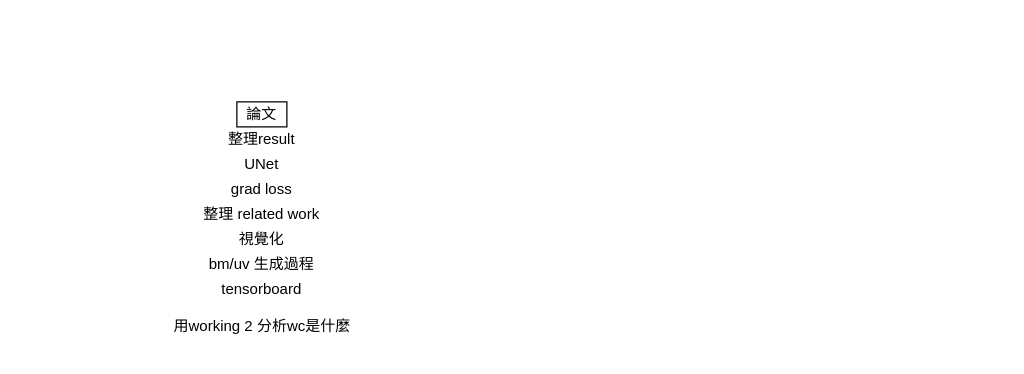
Above: 要做的事情.drawio in KongBOy/kong_model2 (draw.io), before the change. Source tidied: cells renumbered, new cells numbered last; positions are measured from the earlier drawing's top-left corner, leaving out a move shared by most shapes. Both pictures are drawn from the tidied source at 125%, with x=0, y=0 at pixel (171, 101).
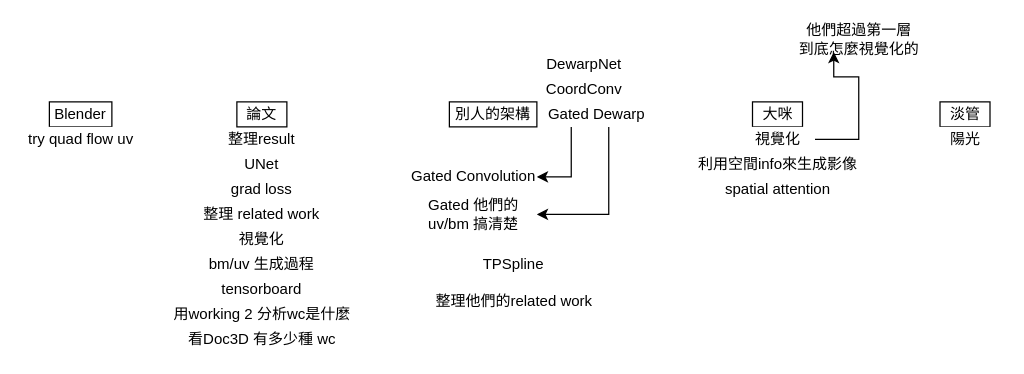
The same page after the edit.

Commit message:
Update 要做的事情.drawio

What changed in the source:
```diff
@@
     <mxCell id="10" value="用working 2 分析wc是什麼" style="rounded=0;whiteSpace=wrap;html=1;shadow=0;strokeWidth=1;strokeColor=none;" parent="1" vertex="1">
-      <mxGeometry x="-0.5" y="170" width="145" height="20" as="geometry" />
+      <mxGeometry x="-0.5" y="160" width="145" height="20" as="geometry" />
     </mxCell>
+    <mxCell id="11" value="看Doc3D 有多少種 wc" style="rounded=0;whiteSpace=wrap;html=1;shadow=0;strokeWidth=1;strokeColor=none;" parent="1" vertex="1">
+      <mxGeometry x="-0.5" y="180" width="145" height="20" as="geometry" />
+    </mxCell>
+    <mxCell id="12" value="大咪" style="rounded=0;whiteSpace=wrap;html=1;" parent="1" vertex="1">
+      <mxGeometry x="464.5" width="40" height="20" as="geometry" />
+    </mxCell>
+    <mxCell id="13" style="edgeStyle=orthogonalEdgeStyle;rounded=0;jettySize=auto;html=1;" parent="1" edge="1" source="14" target="28">
+      <mxGeometry relative="1" as="geometry">
+        <Array as="points">
+          <mxPoint x="549.5" y="30" />
+          <mxPoint x="549.5" y="-20" />
+          <mxPoint x="529.5" y="-20" />
+        </Array>
+      </mxGeometry>
+    </mxCell>
+    <mxCell id="14" value="視覺化" style="rounded=0;whiteSpace=wrap;html=1;shadow=0;strokeWidth=1;strokeColor=none;" parent="1" vertex="1">
+      <mxGeometry x="454.5" y="20" width="60" height="20" as="geometry" />
+    </mxCell>
+    <mxCell id="15" value="利用空間info來生成影像" style="rounded=0;whiteSpace=wrap;html=1;shadow=0;strokeWidth=1;strokeColor=none;" parent="1" vertex="1">
+      <mxGeometry x="419.5" y="40" width="130" height="20" as="geometry" />
+    </mxCell>
+    <mxCell id="16" value="spatial attention" style="rounded=0;whiteSpace=wrap;html=1;shadow=0;strokeWidth=1;strokeColor=none;" parent="1" vertex="1">
+      <mxGeometry x="419.5" y="60" width="130" height="20" as="geometry" />
+    </mxCell>
+    <mxCell id="17" value="淡管" style="rounded=0;whiteSpace=wrap;html=1;" parent="1" vertex="1">
+      <mxGeometry x="614.5" width="40" height="20" as="geometry" />
+    </mxCell>
+    <mxCell id="18" value="陽光" style="rounded=0;whiteSpace=wrap;html=1;shadow=0;strokeWidth=1;strokeColor=none;" parent="1" vertex="1">
+      <mxGeometry x="604.5" y="20" width="60" height="20" as="geometry" />
+    </mxCell>
+    <mxCell id="19" value="Blender" style="rounded=0;whiteSpace=wrap;html=1;" parent="1" vertex="1">
+      <mxGeometry x="-98" width="50" height="20" as="geometry" />
+    </mxCell>
+    <mxCell id="20" value="try quad flow uv" style="rounded=0;whiteSpace=wrap;html=1;shadow=0;strokeWidth=1;strokeColor=none;" parent="1" vertex="1">
+      <mxGeometry x="-120.5" y="20" width="95" height="20" as="geometry" />
+    </mxCell>
+    <mxCell id="21" value="別人的架構" style="rounded=0;whiteSpace=wrap;html=1;" parent="1" vertex="1">
+      <mxGeometry x="222" width="70" height="20" as="geometry" />
+    </mxCell>
+    <mxCell id="22" value="DewarpNet" style="rounded=0;whiteSpace=wrap;html=1;shadow=0;strokeWidth=1;strokeColor=none;" parent="1" vertex="1">
+      <mxGeometry x="299.5" y="-40" width="60" height="20" as="geometry" />
+    </mxCell>
+    <mxCell id="23" value="CoordConv" style="rounded=0;whiteSpace=wrap;html=1;shadow=0;strokeWidth=1;strokeColor=none;" parent="1" vertex="1">
+      <mxGeometry x="299.5" y="-20" width="60" height="20" as="geometry" />
+    </mxCell>
+    <mxCell id="24" style="edgeStyle=orthogonalEdgeStyle;rounded=0;jettySize=auto;html=1;entryX=1;entryY=0.5;entryDx=0;entryDy=0;" parent="1" edge="1" source="26" target="27">
+      <mxGeometry relative="1" as="geometry">
+        <Array as="points">
+          <mxPoint x="319.5" y="60" />
+        </Array>
+      </mxGeometry>
+    </mxCell>
+    <mxCell id="25" style="edgeStyle=orthogonalEdgeStyle;rounded=0;jettySize=auto;html=1;entryX=1;entryY=0.5;entryDx=0;entryDy=0;" parent="1" edge="1" source="26" target="29">
+      <mxGeometry relative="1" as="geometry">
+        <Array as="points">
+          <mxPoint x="349.5" y="90" />
+        </Array>
+      </mxGeometry>
+    </mxCell>
+    <mxCell id="26" value="Gated Dewarp" style="rounded=0;whiteSpace=wrap;html=1;shadow=0;strokeWidth=1;strokeColor=none;" parent="1" vertex="1">
+      <mxGeometry x="299.5" width="80" height="20" as="geometry" />
+    </mxCell>
+    <mxCell id="27" value="Gated Convolution" style="rounded=0;whiteSpace=wrap;html=1;shadow=0;strokeWidth=1;strokeColor=none;" parent="1" vertex="1">
+      <mxGeometry x="189.5" y="50" width="102.5" height="20" as="geometry" />
+    </mxCell>
+    <mxCell id="28" value="他們超過第一層&lt;br&gt;到底怎麼視覺化的" style="rounded=0;whiteSpace=wrap;html=1;shadow=0;strokeWidth=1;strokeColor=none;" parent="1" vertex="1">
+      <mxGeometry x="499.5" y="-60" width="100" height="20" as="geometry" />
+    </mxCell>
+    <mxCell id="29" value="Gated 他們的 uv/bm 搞清楚" style="rounded=0;whiteSpace=wrap;html=1;shadow=0;strokeWidth=1;strokeColor=none;" parent="1" vertex="1">
+      <mxGeometry x="189.5" y="80" width="102.5" height="20" as="geometry" />
+    </mxCell>
+    <mxCell id="30" value="TPSpline" style="rounded=0;whiteSpace=wrap;html=1;shadow=0;strokeWidth=1;strokeColor=none;" parent="1" vertex="1">
+      <mxGeometry x="222" y="120" width="102.5" height="20" as="geometry" />
+    </mxCell>
+    <mxCell id="31" value="整理他們的related work" style="rounded=0;whiteSpace=wrap;html=1;shadow=0;strokeWidth=1;strokeColor=none;" parent="1" vertex="1">
+      <mxGeometry x="209.5" y="150" width="127.5" height="20" as="geometry" />
+    </mxCell>
```
